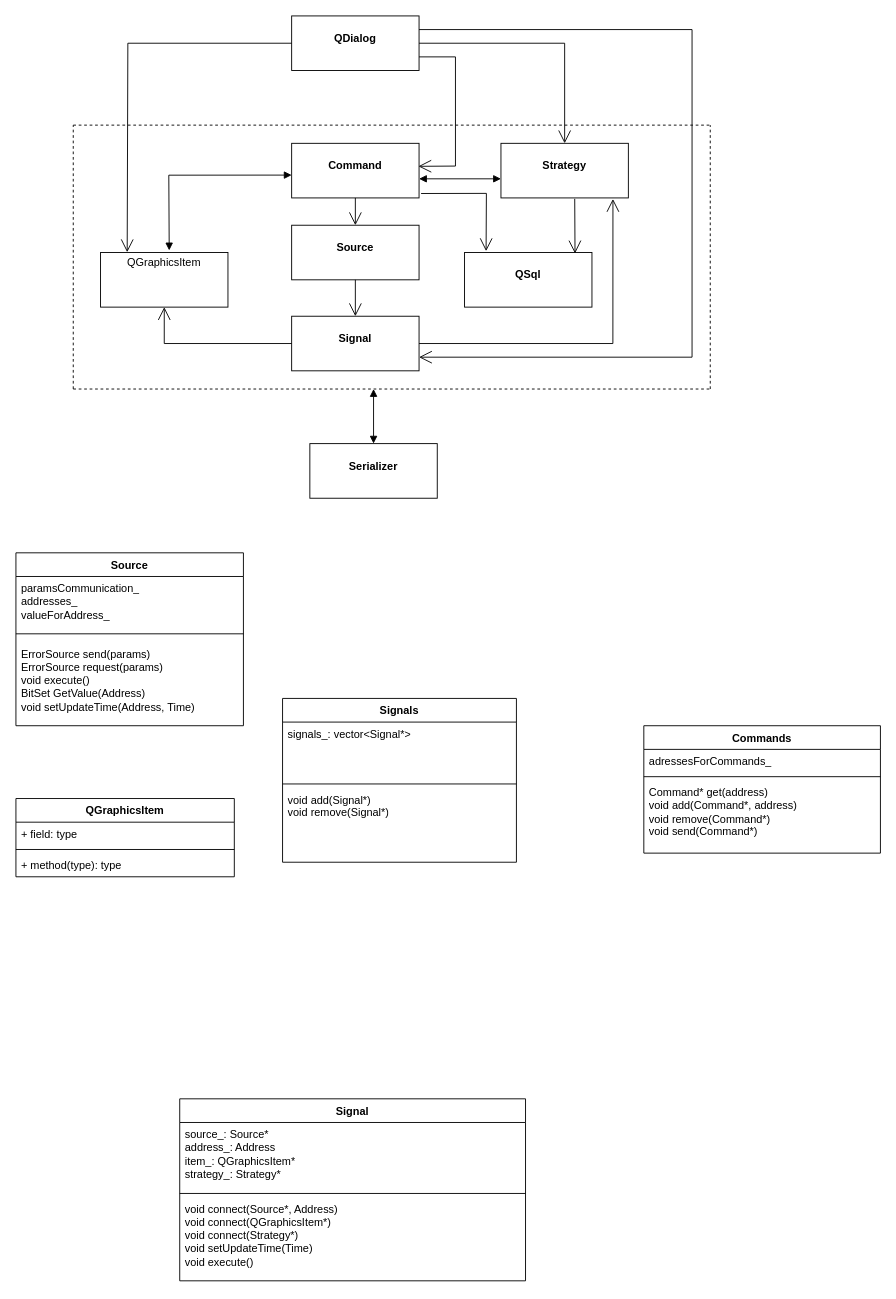
Earlier version of the draw.io diagram Total structure.drawio (AleksandrMuratov/ScadaMAS). Source tidied: cells renumbered, new cells numbered last; positions are measured from the earlier drawing's top-left corner, leaving out a move shared by most shapes. Both pictures are drawn from the tidied source at 91%, with x=0, y=0 at pixel (15, 15).
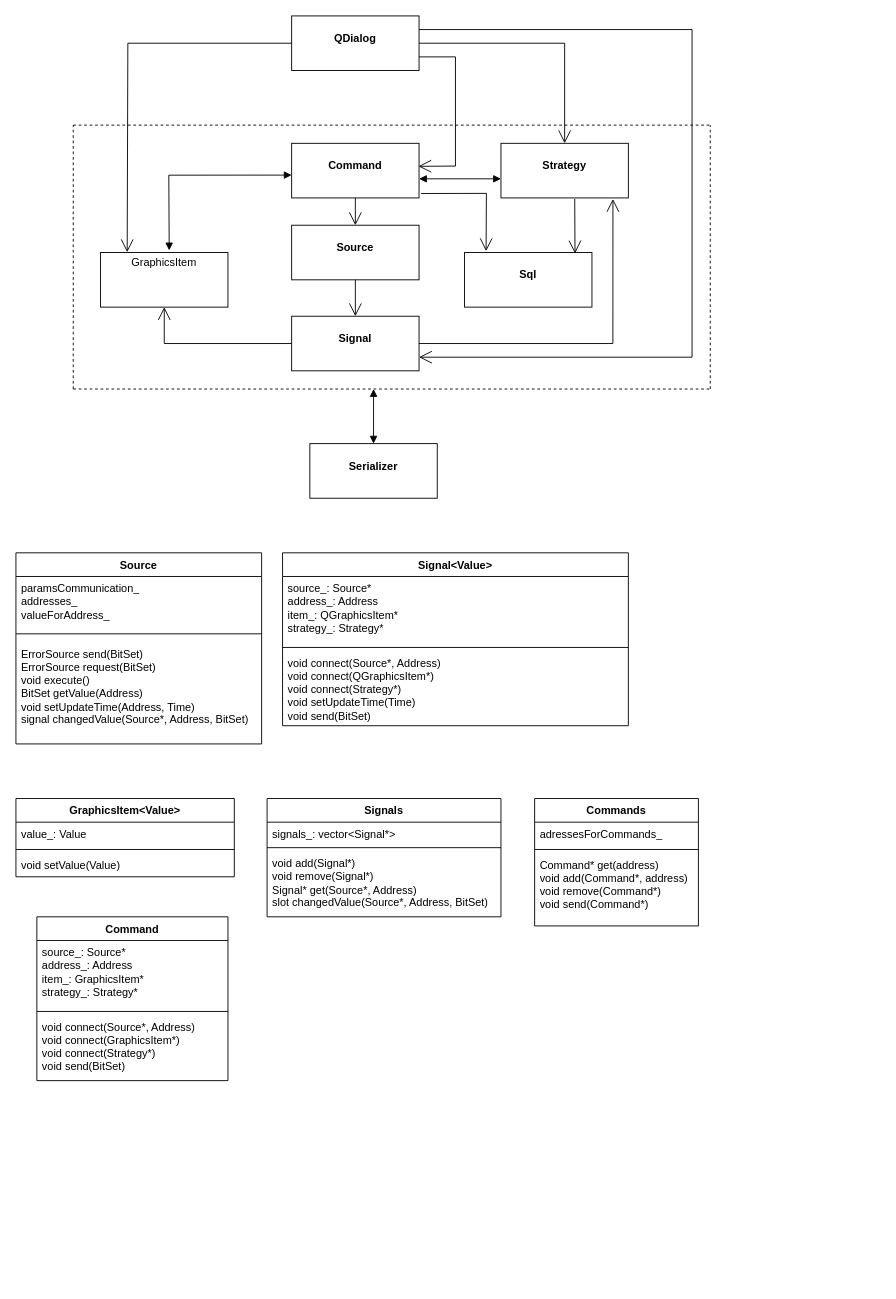
After the change.

Change to the diagram source:
```diff
@@
-    <mxCell id="2" value="&lt;p style=&quot;margin:0px;margin-top:4px;text-align:center;&quot;&gt;QGraphicsItem&lt;/p&gt;" style="verticalAlign=top;align=left;overflow=fill;html=1;whiteSpace=wrap;" parent="1" vertex="1">
+    <mxCell id="2" value="&lt;p style=&quot;margin:0px;margin-top:4px;text-align:center;&quot;&gt;GraphicsItem&lt;/p&gt;" style="verticalAlign=top;align=left;overflow=fill;html=1;whiteSpace=wrap;" parent="1" vertex="1">
       <mxGeometry x="93" y="260" width="140" height="60" as="geometry" />
     </mxCell>
@@
-    <mxCell id="18" value="&lt;p style=&quot;margin:0px;margin-top:4px;text-align:center;&quot;&gt;&lt;br&gt;&lt;b&gt;QSql&lt;/b&gt;&lt;/p&gt;" style="verticalAlign=top;align=left;overflow=fill;html=1;whiteSpace=wrap;" parent="1" vertex="1">
+    <mxCell id="18" value="&lt;p style=&quot;margin:0px;margin-top:4px;text-align:center;&quot;&gt;&lt;br&gt;&lt;b&gt;Sql&lt;/b&gt;&lt;/p&gt;" style="verticalAlign=top;align=left;overflow=fill;html=1;whiteSpace=wrap;" parent="1" vertex="1">
       <mxGeometry x="493" y="260" width="140" height="60" as="geometry" />
     </mxCell>
@@
     <mxCell id="27" value="Source" style="swimlane;fontStyle=1;align=center;verticalAlign=top;horizontal=1;startSize=26;whiteSpace=wrap;html=1;" parent="1" vertex="1">
-      <mxGeometry y="590" width="250" height="190" as="geometry" />
+      <mxGeometry y="590" width="270" height="210" as="geometry" />
     </mxCell>
     <mxCell id="28" value="paramsCommunication_&lt;div&gt;addresses_&lt;/div&gt;&lt;div&gt;valueForAddress_&lt;/div&gt;" style="text;strokeColor=none;fillColor=none;align=left;verticalAlign=top;spacingLeft=4;spacingRight=4;overflow=hidden;whiteSpace=wrap;html=1;" parent="27" vertex="1">
-      <mxGeometry y="26" width="250" height="54" as="geometry" />
+      <mxGeometry y="26" width="270" height="54" as="geometry" />
     </mxCell>
     <mxCell id="29" style="line;strokeWidth=1;fillColor=none;align=left;verticalAlign=middle;spacingTop=-1;spacingLeft=3;spacingRight=3;labelPosition=right;strokeColor=inherit;" parent="27" vertex="1">
-      <mxGeometry y="80" width="250" height="18" as="geometry" />
+      <mxGeometry y="80" width="270" height="18" as="geometry" />
     </mxCell>
-    <mxCell id="30" value="ErrorSource send(params)&lt;div&gt;ErrorSource request(params)&lt;/div&gt;&lt;div&gt;void execute()&lt;/div&gt;&lt;div&gt;BitSet GetValue(Address)&lt;/div&gt;&lt;div&gt;void setUpdateTime(Address, Time)&lt;/div&gt;" style="text;strokeColor=none;fillColor=none;align=left;verticalAlign=top;spacingLeft=4;spacingRight=4;overflow=hidden;whiteSpace=wrap;html=1;" parent="27" vertex="1">
-      <mxGeometry y="98" width="250" height="92" as="geometry" />
+    <mxCell id="30" value="ErrorSource send(BitSet)&lt;div&gt;ErrorSource request(BitSet)&lt;/div&gt;&lt;div&gt;void execute()&lt;/div&gt;&lt;div&gt;BitSet getValue(Address)&lt;/div&gt;&lt;div&gt;void setUpdateTime(Address, Time)&lt;/div&gt;&lt;div&gt;signal changedValue(Source*, Address, BitSet)&lt;/div&gt;" style="text;strokeColor=none;fillColor=none;align=left;verticalAlign=top;spacingLeft=4;spacingRight=4;overflow=hidden;whiteSpace=wrap;html=1;" parent="27" vertex="1">
+      <mxGeometry y="98" width="270" height="112" as="geometry" />
     </mxCell>
-    <mxCell id="31" value="QGraphicsItem" style="swimlane;fontStyle=1;align=center;verticalAlign=top;horizontal=1;startSize=26;whiteSpace=wrap;html=1;" parent="1" vertex="1">
+    <mxCell id="31" value="GraphicsItem&amp;lt;Value&amp;gt;" style="swimlane;fontStyle=1;align=center;verticalAlign=top;horizontal=1;startSize=26;whiteSpace=wrap;html=1;" parent="1" vertex="1">
       <mxGeometry y="860" width="240" height="86" as="geometry" />
     </mxCell>
-    <mxCell id="32" value="+ field: type" style="text;strokeColor=none;fillColor=none;align=left;verticalAlign=top;spacingLeft=4;spacingRight=4;overflow=hidden;whiteSpace=wrap;html=1;" parent="31" vertex="1">
+    <mxCell id="32" value="value_: Value" style="text;strokeColor=none;fillColor=none;align=left;verticalAlign=top;spacingLeft=4;spacingRight=4;overflow=hidden;whiteSpace=wrap;html=1;" parent="31" vertex="1">
       <mxGeometry y="26" width="240" height="26" as="geometry" />
     </mxCell>
@@
-    <mxCell id="34" value="+ method(type): type" style="text;strokeColor=none;fillColor=none;align=left;verticalAlign=top;spacingLeft=4;spacingRight=4;overflow=hidden;whiteSpace=wrap;html=1;" parent="31" vertex="1">
+    <mxCell id="34" value="void setValue(Value)" style="text;strokeColor=none;fillColor=none;align=left;verticalAlign=top;spacingLeft=4;spacingRight=4;overflow=hidden;whiteSpace=wrap;html=1;" parent="31" vertex="1">
       <mxGeometry y="60" width="240" height="26" as="geometry" />
     </mxCell>
     <mxCell id="35" value="Commands" style="swimlane;fontStyle=1;align=center;verticalAlign=top;horizontal=1;startSize=26;whiteSpace=wrap;html=1;" parent="1" vertex="1">
-      <mxGeometry x="690" y="780" width="260" height="140" as="geometry" />
+      <mxGeometry x="570" y="860" width="180" height="140" as="geometry" />
     </mxCell>
     <mxCell id="36" value="adressesForCommands_" style="text;strokeColor=none;fillColor=none;align=left;verticalAlign=top;spacingLeft=4;spacingRight=4;overflow=hidden;whiteSpace=wrap;html=1;" parent="35" vertex="1">
-      <mxGeometry y="26" width="260" height="26" as="geometry" />
+      <mxGeometry y="26" width="180" height="26" as="geometry" />
     </mxCell>
     <mxCell id="37" style="line;strokeWidth=1;fillColor=none;align=left;verticalAlign=middle;spacingTop=-1;spacingLeft=3;spacingRight=3;labelPosition=right;strokeColor=inherit;" parent="35" vertex="1">
-      <mxGeometry y="52" width="260" height="8" as="geometry" />
+      <mxGeometry y="52" width="180" height="8" as="geometry" />
     </mxCell>
     <mxCell id="38" value="&lt;div&gt;Command* get(address)&lt;/div&gt;&lt;div&gt;void add(Command*, address)&lt;/div&gt;&lt;div&gt;void remove(Command*)&lt;/div&gt;&lt;div&gt;void send(Command*)&lt;/div&gt;" style="text;strokeColor=none;fillColor=none;align=left;verticalAlign=top;spacingLeft=4;spacingRight=4;overflow=hidden;whiteSpace=wrap;html=1;" parent="35" vertex="1">
-      <mxGeometry y="60" width="260" height="80" as="geometry" />
+      <mxGeometry y="60" width="180" height="80" as="geometry" />
     </mxCell>
-    <mxCell id="39" value="Signal" style="swimlane;fontStyle=1;align=center;verticalAlign=top;horizontal=1;startSize=26;whiteSpace=wrap;html=1;" parent="1" vertex="1">
-      <mxGeometry x="180" y="1190" width="380" height="200" as="geometry" />
+    <mxCell id="39" value="Signal&amp;lt;Value&amp;gt;" style="swimlane;fontStyle=1;align=center;verticalAlign=top;horizontal=1;startSize=26;whiteSpace=wrap;html=1;" parent="1" vertex="1">
+      <mxGeometry x="293" y="590" width="380" height="190" as="geometry" />
     </mxCell>
@@
-    <mxCell id="42" value="void connect(Source*, Address)&lt;div&gt;void connect(QGraphicsItem*)&lt;/div&gt;&lt;div&gt;void connect(Strategy*)&lt;/div&gt;&lt;div&gt;void setUpdateTime(Time)&lt;/div&gt;&lt;div&gt;void execute()&lt;/div&gt;" style="text;strokeColor=none;fillColor=none;align=left;verticalAlign=top;spacingLeft=4;spacingRight=4;overflow=hidden;whiteSpace=wrap;html=1;" parent="39" vertex="1">
-      <mxGeometry y="108" width="380" height="92" as="geometry" />
+    <mxCell id="42" value="void connect(Source*, Address)&lt;div&gt;void connect(QGraphicsItem*)&lt;/div&gt;&lt;div&gt;void connect(Strategy*)&lt;/div&gt;&lt;div&gt;void setUpdateTime(Time)&lt;/div&gt;&lt;div&gt;void send(BitSet)&lt;/div&gt;" style="text;strokeColor=none;fillColor=none;align=left;verticalAlign=top;spacingLeft=4;spacingRight=4;overflow=hidden;whiteSpace=wrap;html=1;" parent="39" vertex="1">
+      <mxGeometry y="108" width="380" height="82" as="geometry" />
     </mxCell>
     <mxCell id="43" value="Signals" style="swimlane;fontStyle=1;align=center;verticalAlign=top;horizontal=1;startSize=26;whiteSpace=wrap;html=1;" parent="1" vertex="1">
-      <mxGeometry x="293" y="750" width="257" height="180" as="geometry" />
+      <mxGeometry x="276" y="860" width="257" height="130" as="geometry" />
     </mxCell>
     <mxCell id="44" value="signals_: vector&amp;lt;Signal*&amp;gt;" style="text;strokeColor=none;fillColor=none;align=left;verticalAlign=top;spacingLeft=4;spacingRight=4;overflow=hidden;whiteSpace=wrap;html=1;" parent="43" vertex="1">
-      <mxGeometry y="26" width="257" height="64" as="geometry" />
+      <mxGeometry y="26" width="257" height="24" as="geometry" />
     </mxCell>
     <mxCell id="45" style="line;strokeWidth=1;fillColor=none;align=left;verticalAlign=middle;spacingTop=-1;spacingLeft=3;spacingRight=3;labelPosition=right;strokeColor=inherit;" parent="43" vertex="1">
-      <mxGeometry y="90" width="257" height="8" as="geometry" />
+      <mxGeometry y="50" width="257" height="8" as="geometry" />
     </mxCell>
-    <mxCell id="46" value="void add(Signal*)&lt;div&gt;void remove(Signal*)&lt;/div&gt;&lt;div&gt;&lt;br&gt;&lt;/div&gt;" style="text;strokeColor=none;fillColor=none;align=left;verticalAlign=top;spacingLeft=4;spacingRight=4;overflow=hidden;whiteSpace=wrap;html=1;" parent="43" vertex="1">
-      <mxGeometry y="98" width="257" height="82" as="geometry" />
+    <mxCell id="46" value="void add(Signal*)&lt;div&gt;void remove(Signal*)&lt;/div&gt;&lt;div&gt;Signal* get(Source*, Address)&lt;/div&gt;&lt;div&gt;slot changedValue(Source*, Address, BitSet)&lt;/div&gt;" style="text;strokeColor=none;fillColor=none;align=left;verticalAlign=top;spacingLeft=4;spacingRight=4;overflow=hidden;whiteSpace=wrap;html=1;" parent="43" vertex="1">
+      <mxGeometry y="58" width="257" height="72" as="geometry" />
     </mxCell>
+    <mxCell id="47" value="Command" style="swimlane;fontStyle=1;align=center;verticalAlign=top;horizontal=1;startSize=26;whiteSpace=wrap;html=1;" parent="1" vertex="1">
+      <mxGeometry x="23" y="990" width="210" height="180" as="geometry" />
+    </mxCell>
+    <mxCell id="48" value="source_: Source*&lt;div&gt;address_: Address&lt;/div&gt;&lt;div&gt;item_: GraphicsItem*&lt;/div&gt;&lt;div&gt;strategy_: Strategy*&lt;/div&gt;" style="text;strokeColor=none;fillColor=none;align=left;verticalAlign=top;spacingLeft=4;spacingRight=4;overflow=hidden;whiteSpace=wrap;html=1;" parent="47" vertex="1">
+      <mxGeometry y="26" width="210" height="74" as="geometry" />
+    </mxCell>
+    <mxCell id="49" style="line;strokeWidth=1;fillColor=none;align=left;verticalAlign=middle;spacingTop=-1;spacingLeft=3;spacingRight=3;labelPosition=right;strokeColor=inherit;" parent="47" vertex="1">
+      <mxGeometry y="100" width="210" height="8" as="geometry" />
+    </mxCell>
+    <mxCell id="50" value="void connect(Source*, Address)&lt;div&gt;void connect(GraphicsItem*)&lt;/div&gt;&lt;div&gt;void connect(Strategy*)&lt;/div&gt;&lt;div&gt;void send(BitSet)&lt;/div&gt;" style="text;strokeColor=none;fillColor=none;align=left;verticalAlign=top;spacingLeft=4;spacingRight=4;overflow=hidden;whiteSpace=wrap;html=1;" parent="47" vertex="1">
+      <mxGeometry y="108" width="210" height="72" as="geometry" />
+    </mxCell>
```
